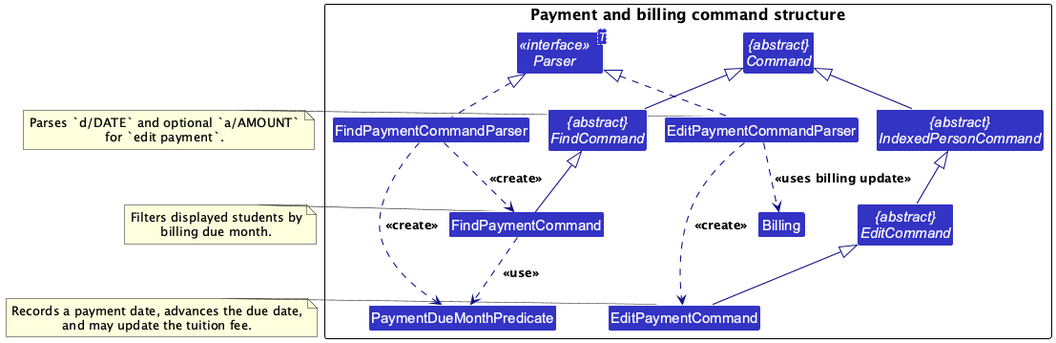
This is docs/images/PaymentBillingCommandClassDiagram.png from khayliang/tp, a PlantUML export, as it was before one commit.
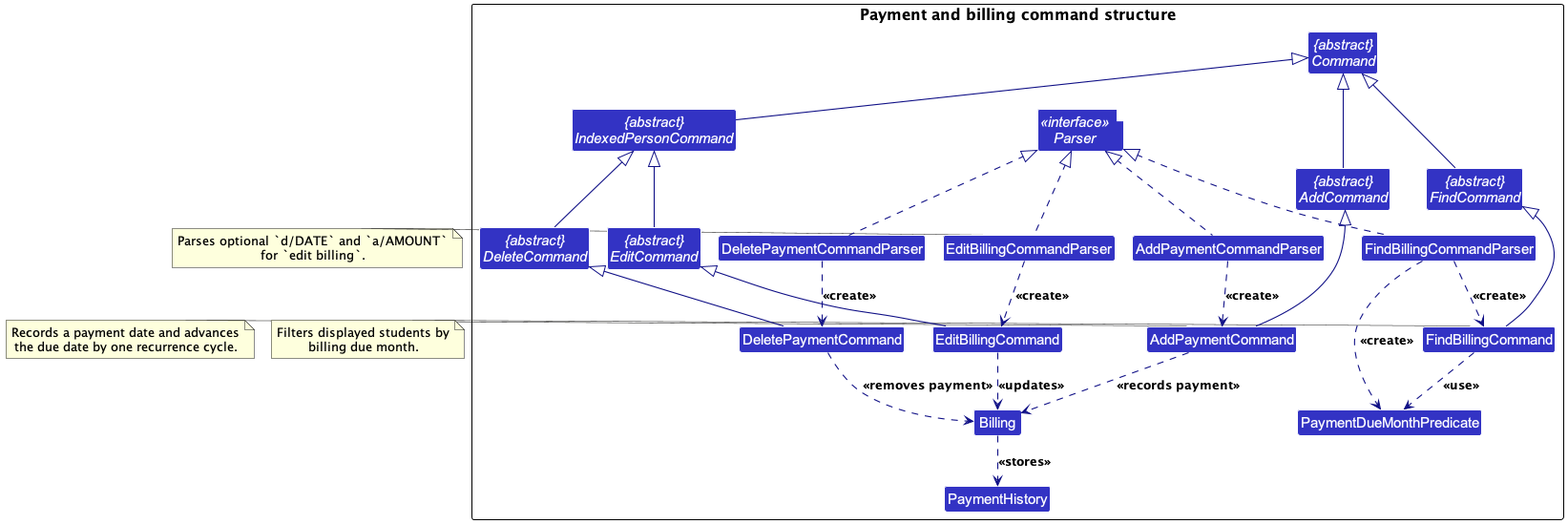
After the commit.

Change to the diagram source:
```diff
@@ -9,48 +9,67 @@
 package "Payment and billing command structure" {
 abstract class "{abstract}\nCommand" as Command
 abstract class "{abstract}\nIndexedPersonCommand" as IndexedPersonCommand
+abstract class "{abstract}\nAddCommand" as AddCommand
+abstract class "{abstract}\nDeleteCommand" as DeleteCommand
 abstract class "{abstract}\nEditCommand" as EditCommand
 abstract class "{abstract}\nFindCommand" as FindCommand
 
-class EditPaymentCommand
-class FindPaymentCommand
+class EditBillingCommand
+class AddPaymentCommand
+class DeletePaymentCommand
+class FindBillingCommand
 
 interface "<<interface>>\nParser<T>" as Parser
-class EditPaymentCommandParser
-class FindPaymentCommandParser
+class EditBillingCommandParser
+class AddPaymentCommandParser
+class DeletePaymentCommandParser
+class FindBillingCommandParser
 
 class Billing
+class PaymentHistory
 class PaymentDueMonthPredicate
 }
 
 IndexedPersonCommand -up-|> Command
+AddCommand -up-|> Command
+DeleteCommand -up-|> IndexedPersonCommand
 EditCommand -up-|> IndexedPersonCommand
 FindCommand -up-|> Command
 
-EditPaymentCommand -up-|> EditCommand
-FindPaymentCommand -up-|> FindCommand
+EditBillingCommand -up-|> EditCommand
+AddPaymentCommand -up-|> AddCommand
+DeletePaymentCommand -up-|> DeleteCommand
+FindBillingCommand -up-|> FindCommand
 
-EditPaymentCommandParser .up.|> Parser
-FindPaymentCommandParser .up.|> Parser
+EditBillingCommandParser .up.|> Parser
+AddPaymentCommandParser .up.|> Parser
+DeletePaymentCommandParser .up.|> Parser
+FindBillingCommandParser .up.|> Parser
 
-EditPaymentCommandParser ..> EditPaymentCommand : <<create>>
-EditPaymentCommandParser ..> Billing : <<uses billing update>>
+EditBillingCommandParser ..> EditBillingCommand : <<create>>
+AddPaymentCommandParser ..> AddPaymentCommand : <<create>>
+DeletePaymentCommandParser ..> DeletePaymentCommand : <<create>>
+FindBillingCommandParser ..> FindBillingCommand : <<create>>
 
-FindPaymentCommandParser ..> FindPaymentCommand : <<create>>
-FindPaymentCommandParser ..> PaymentDueMonthPredicate : <<create>>
-FindPaymentCommand ..> PaymentDueMonthPredicate : <<use>>
+EditBillingCommand ..> Billing : <<updates>>
+AddPaymentCommand ..> Billing : <<records payment>>
+DeletePaymentCommand ..> Billing : <<removes payment>>
+Billing ..> PaymentHistory : <<stores>>
 
-note right of EditPaymentCommandParser
-Parses `d/DATE` and optional `a/AMOUNT`
-for `edit payment`.
+FindBillingCommandParser ..> PaymentDueMonthPredicate : <<create>>
+FindBillingCommand ..> PaymentDueMonthPredicate : <<use>>
+
+note right of EditBillingCommandParser
+Parses optional `d/DATE` and `a/AMOUNT`
+for `edit billing`.
 end note
 
-note right of EditPaymentCommand
-Records a payment date, advances the due date,
-and may update the tuition fee.
+note right of AddPaymentCommand
+Records a payment date and advances
+the due date by one recurrence cycle.
 end note
 
-note right of FindPaymentCommand
+note right of FindBillingCommand
 Filters displayed students by
 billing due month.
 end note
```
